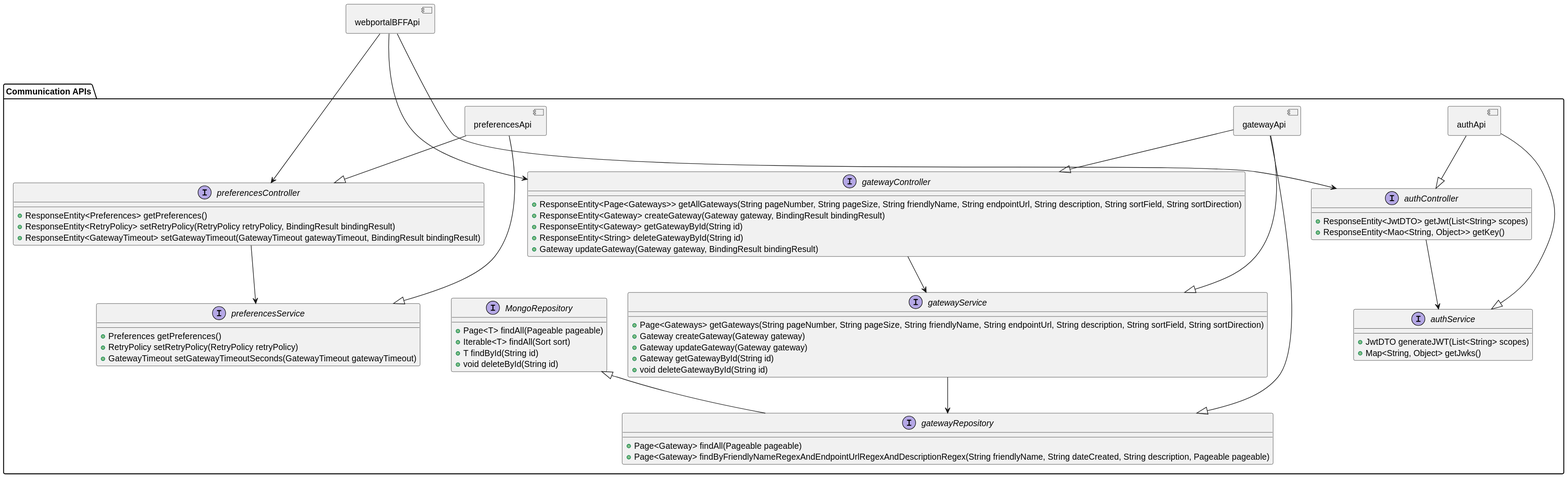
Before: Designs/Images/System Context/Components/AuthPreferencesGatewayApiInterfaces.svg, a diagram exported from PlantUML (CameronWard301/communication_scheduler).
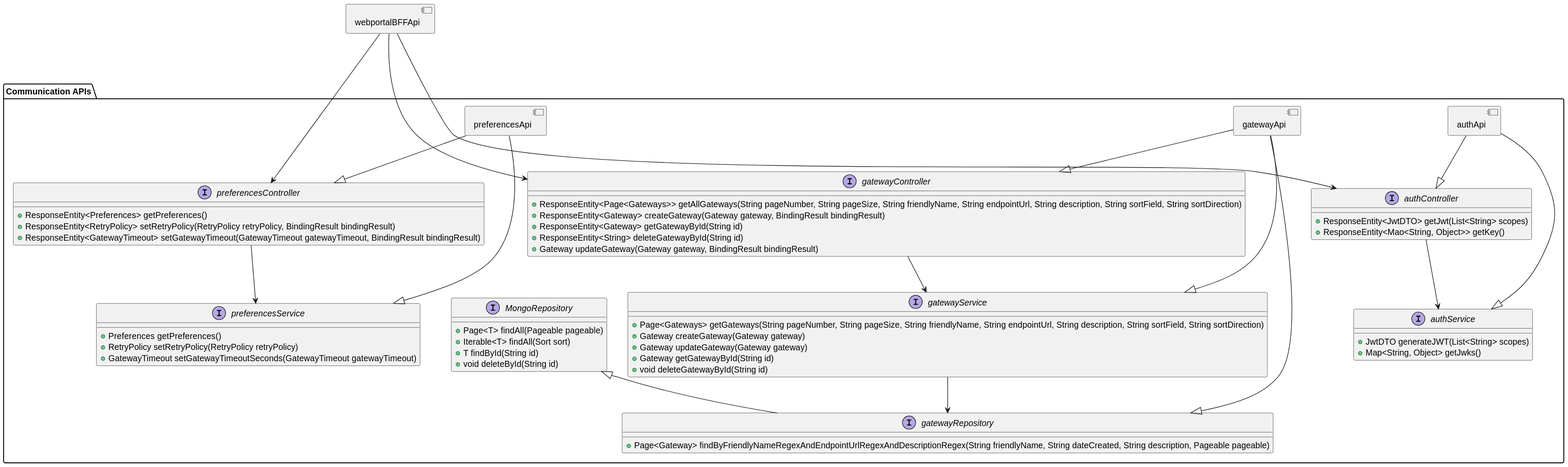
Later version of the same file.

What changed in the source:
```diff
@@ -34,7 +34,6 @@
 
 
     interface gatewayRepository extends MongoRepository {
-        + Page<Gateway> findAll(Pageable pageable)
         + Page<Gateway> findByFriendlyNameRegexAndEndpointUrlRegexAndDescriptionRegex(String friendlyName, String dateCreated, String description, Pageable pageable)
     }
 
```
